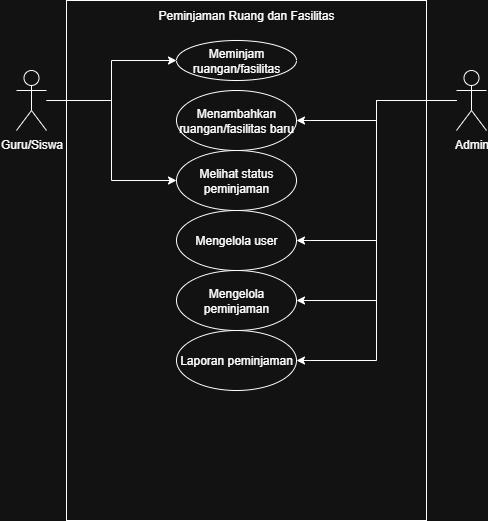
Above: Use Case.drawio.png in ieatcheese99/Framework (draw.io), before the change. Source tidied: cells renumbered, new cells last; positions are measured from the earlier drawing's top-left corner, leaving out a move shared by most shapes.
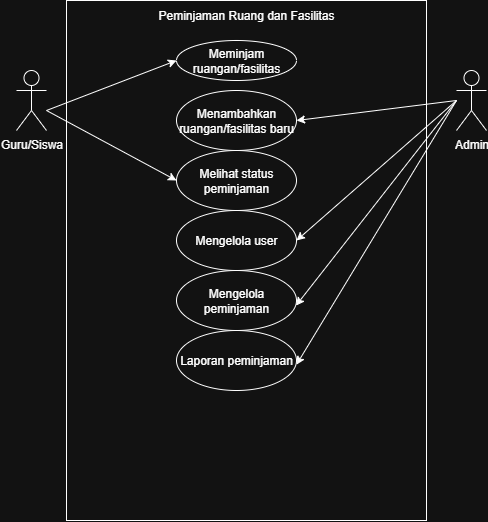
Later version of the same file.

Diff of the diagram source:
```diff
@@ -5,30 +5,12 @@
     <mxCell id="2" style="rounded=0;whiteSpace=wrap;html=1;" parent="1" vertex="1">
       <mxGeometry x="50" width="360" height="520" as="geometry" />
     </mxCell>
-    <mxCell id="3" style="edgeStyle=orthogonalEdgeStyle;rounded=0;jettySize=auto;html=1;entryX=0;entryY=0.5;entryDx=0;entryDy=0;" parent="1" edge="1" source="5" target="12">
-      <mxGeometry relative="1" as="geometry" />
-    </mxCell>
-    <mxCell id="4" style="edgeStyle=orthogonalEdgeStyle;rounded=0;jettySize=auto;html=1;entryX=0;entryY=0.5;entryDx=0;entryDy=0;" parent="1" edge="1" source="5" target="14">
-      <mxGeometry relative="1" as="geometry" />
-    </mxCell>
     <mxCell id="5" value="Guru/Siswa" style="shape=umlActor;verticalLabelPosition=bottom;verticalAlign=top;html=1;outlineConnect=0;" parent="1" vertex="1">
       <mxGeometry y="70" width="30" height="60" as="geometry" />
     </mxCell>
     <mxCell id="6" value="Peminjaman Ruang dan Fasilitas" style="text;html=1;align=center;verticalAlign=middle;whiteSpace=wrap;rounded=0;strokeWidth=1;" parent="1" vertex="1">
       <mxGeometry x="110" width="240" height="30" as="geometry" />
     </mxCell>
-    <mxCell id="7" style="edgeStyle=orthogonalEdgeStyle;rounded=0;jettySize=auto;html=1;entryX=1;entryY=0.5;entryDx=0;entryDy=0;" parent="1" edge="1" source="11" target="13">
-      <mxGeometry relative="1" as="geometry" />
-    </mxCell>
-    <mxCell id="8" style="edgeStyle=orthogonalEdgeStyle;rounded=0;jettySize=auto;html=1;entryX=1;entryY=0.5;entryDx=0;entryDy=0;" parent="1" edge="1" source="11" target="15">
-      <mxGeometry relative="1" as="geometry" />
-    </mxCell>
-    <mxCell id="9" style="edgeStyle=orthogonalEdgeStyle;rounded=0;jettySize=auto;html=1;entryX=1;entryY=0.5;entryDx=0;entryDy=0;" parent="1" edge="1" source="11" target="16">
-      <mxGeometry relative="1" as="geometry" />
-    </mxCell>
-    <mxCell id="10" style="edgeStyle=orthogonalEdgeStyle;rounded=0;jettySize=auto;html=1;entryX=1;entryY=0.5;entryDx=0;entryDy=0;" parent="1" edge="1" source="11" target="17">
-      <mxGeometry relative="1" as="geometry" />
-    </mxCell>
     <mxCell id="11" value="Admin" style="shape=umlActor;verticalLabelPosition=bottom;verticalAlign=top;html=1;outlineConnect=0;" parent="1" vertex="1">
       <mxGeometry x="440" y="70" width="30" height="60" as="geometry" />
     </mxCell>
@@ -50,5 +32,37 @@
     <mxCell id="17" value="Laporan peminjaman" style="ellipse;whiteSpace=wrap;html=1;" parent="1" vertex="1">
       <mxGeometry x="160" y="330" width="120" height="60" as="geometry" />
     </mxCell>
+    <mxCell id="18" style="endArrow=classic;html=1;rounded=0;" parent="1" edge="1">
+      <mxGeometry relative="1" as="geometry">
+        <mxPoint x="30" y="110" as="sourcePoint" />
+        <mxPoint x="160" y="180" as="targetPoint" />
+      </mxGeometry>
+    </mxCell>
+    <mxCell id="19" style="endArrow=classic;html=1;rounded=0;" parent="1" edge="1">
+      <mxGeometry relative="1" as="geometry">
+        <mxPoint x="30" y="110" as="sourcePoint" />
+        <mxPoint x="160" y="60" as="targetPoint" />
+      </mxGeometry>
+    </mxCell>
+    <mxCell id="20" style="endArrow=classic;html=1;rounded=0;entryX=1;entryY=0.5;entryDx=0;entryDy=0;" parent="1" edge="1" target="13">
+      <mxGeometry relative="1" as="geometry">
+        <mxPoint x="440" y="100" as="sourcePoint" />
+      </mxGeometry>
+    </mxCell>
+    <mxCell id="21" style="endArrow=classic;html=1;rounded=0;entryX=1;entryY=0.569;entryDx=0;entryDy=0;entryPerimeter=0;" parent="1" edge="1" target="17">
+      <mxGeometry relative="1" as="geometry">
+        <mxPoint x="440" y="100" as="sourcePoint" />
+      </mxGeometry>
+    </mxCell>
+    <mxCell id="22" style="endArrow=classic;html=1;rounded=0;entryX=0.996;entryY=0.585;entryDx=0;entryDy=0;entryPerimeter=0;" parent="1" edge="1" target="16">
+      <mxGeometry relative="1" as="geometry">
+        <mxPoint x="440" y="100" as="sourcePoint" />
+      </mxGeometry>
+    </mxCell>
+    <mxCell id="23" style="endArrow=classic;html=1;rounded=0;entryX=1;entryY=0.5;entryDx=0;entryDy=0;" parent="1" edge="1" target="15">
+      <mxGeometry relative="1" as="geometry">
+        <mxPoint x="440" y="100" as="sourcePoint" />
+      </mxGeometry>
+    </mxCell>
   </root>
 </mxGraphModel>
```
